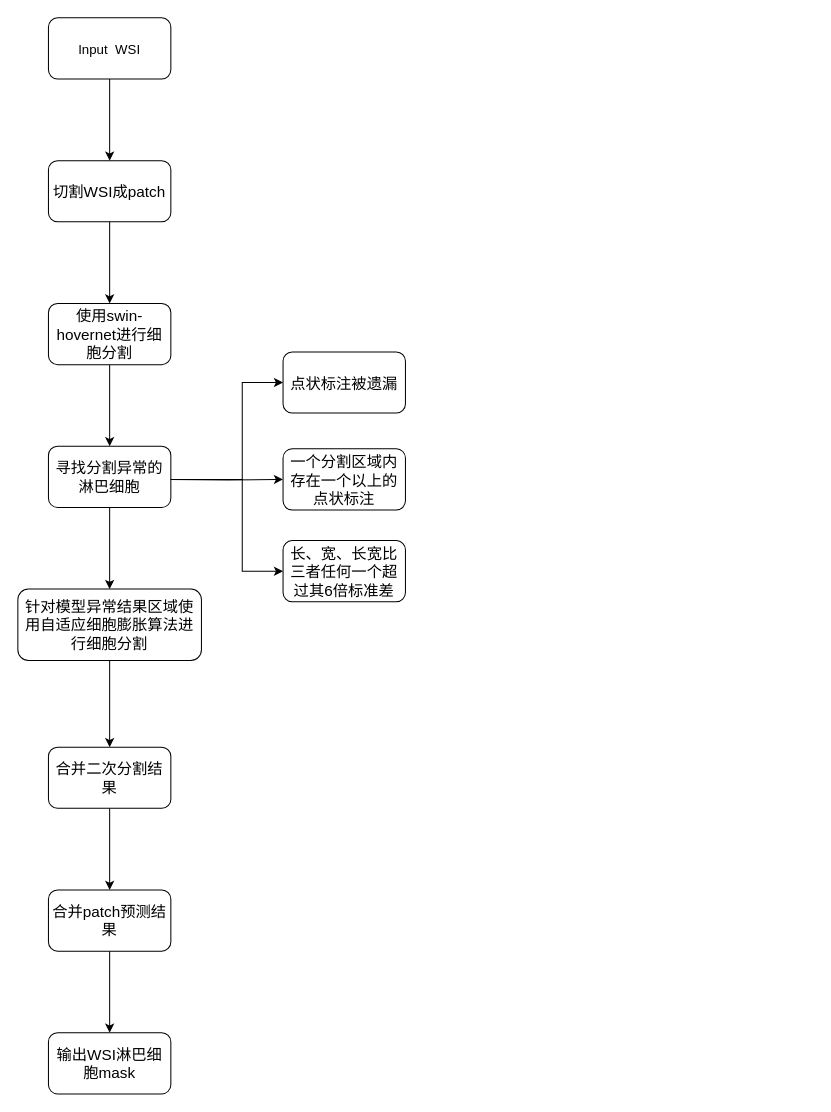
Mike575/drawio keeps this draw.io diagram as til_annotation_flow.drawio. Above is the earlier version. Source tidied: cells renumbered, new cells numbered last; positions are measured from the earlier drawing's top-left corner, leaving out a move shared by most shapes. Both pictures are drawn from the tidied source at 102%, with x=0, y=0 at pixel (17, 17).
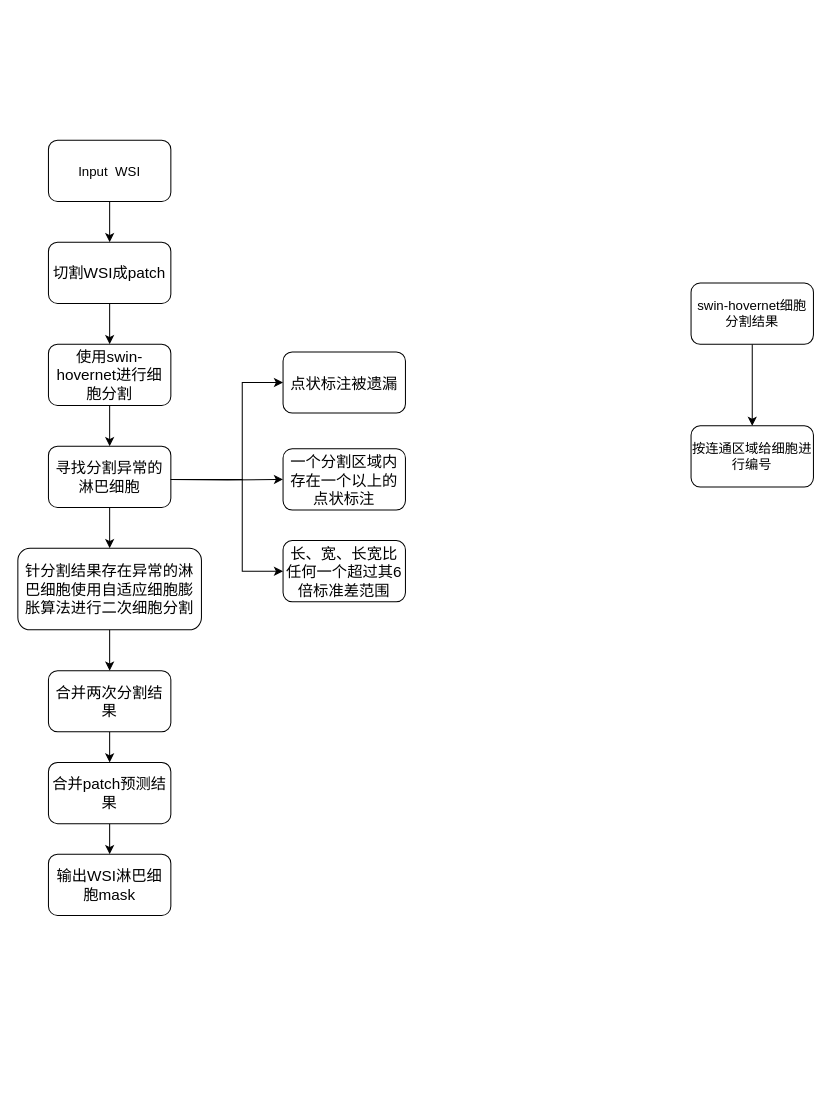
Above is the later version.

Diff of the diagram source:
```diff
@@
     <mxCell id="3" value="&lt;font style=&quot;font-size: 13px;&quot;&gt;Input&amp;nbsp; WSI&lt;/font&gt;" style="rounded=1;whiteSpace=wrap;html=1;fontSize=15;" parent="1" vertex="1">
-      <mxGeometry x="30" width="120" height="60" as="geometry" />
+      <mxGeometry x="30" y="120" width="120" height="60" as="geometry" />
     </mxCell>
@@
     <mxCell id="5" value="切割WSI成patch" style="whiteSpace=wrap;html=1;fontSize=15;rounded=1;" parent="1" vertex="1">
-      <mxGeometry x="30" y="140" width="120" height="60" as="geometry" />
+      <mxGeometry x="30" y="220" width="120" height="60" as="geometry" />
     </mxCell>
@@
     <mxCell id="7" value="使用swin-hovernet进行细胞分割" style="whiteSpace=wrap;html=1;fontSize=15;rounded=1;" parent="1" vertex="1">
-      <mxGeometry x="30" y="280" width="120" height="60" as="geometry" />
+      <mxGeometry x="30" y="320" width="120" height="60" as="geometry" />
     </mxCell>
@@
-    <mxCell id="14" value="针对模型异常结果区域使用自适应细胞膨胀算法进行细胞分割" style="whiteSpace=wrap;html=1;fontSize=15;rounded=1;" parent="1" vertex="1">
-      <mxGeometry y="560" width="180" height="70" as="geometry" />
+    <mxCell id="14" value="针分割结果存在异常的淋巴细胞使用自适应细胞膨胀算法进行二次细胞分割" style="whiteSpace=wrap;html=1;fontSize=15;rounded=1;" parent="1" vertex="1">
+      <mxGeometry y="520" width="180" height="80" as="geometry" />
     </mxCell>
@@
-    <mxCell id="16" value="合并二次分割结果" style="whiteSpace=wrap;html=1;fontSize=15;rounded=1;" parent="1" vertex="1">
-      <mxGeometry x="30" y="715" width="120" height="60" as="geometry" />
+    <mxCell id="16" value="合并两次分割结果" style="whiteSpace=wrap;html=1;fontSize=15;rounded=1;" parent="1" vertex="1">
+      <mxGeometry x="30" y="640" width="120" height="60" as="geometry" />
     </mxCell>
@@
     <mxCell id="18" value="合并patch预测结果" style="whiteSpace=wrap;html=1;fontSize=15;rounded=1;" parent="1" vertex="1">
-      <mxGeometry x="30" y="855" width="120" height="60" as="geometry" />
+      <mxGeometry x="30" y="730" width="120" height="60" as="geometry" />
     </mxCell>
     <mxCell id="19" value="输出WSI淋巴细胞mask" style="whiteSpace=wrap;html=1;fontSize=15;rounded=1;" parent="1" vertex="1">
-      <mxGeometry x="30" y="995" width="120" height="60" as="geometry" />
+      <mxGeometry x="30" y="820" width="120" height="60" as="geometry" />
     </mxCell>
@@
-    <mxCell id="21" value="长、宽、长宽比三者任何一个超过其6倍标准差" style="whiteSpace=wrap;html=1;fontSize=15;rounded=1;" parent="1" vertex="1">
+    <mxCell id="21" value="长、宽、长宽比任何一个超过其6倍标准差范围" style="whiteSpace=wrap;html=1;fontSize=15;rounded=1;" parent="1" vertex="1">
       <mxGeometry x="260" y="512.5" width="120" height="60" as="geometry" />
     </mxCell>
@@
+    <mxCell id="23" style="edgeStyle=orthogonalEdgeStyle;rounded=0;jettySize=auto;html=1;fontSize=13;" parent="1" edge="1" source="24" target="25">
+      <mxGeometry relative="1" as="geometry" />
+    </mxCell>
+    <mxCell id="24" value="swin-hovernet细胞分割结果" style="rounded=1;whiteSpace=wrap;html=1;fontSize=13;" parent="1" vertex="1">
+      <mxGeometry x="660" y="260" width="120" height="60" as="geometry" />
+    </mxCell>
+    <mxCell id="25" value="按连通区域给细胞进行编号" style="whiteSpace=wrap;html=1;fontSize=13;rounded=1;" parent="1" vertex="1">
+      <mxGeometry x="660" y="400" width="120" height="60" as="geometry" />
+    </mxCell>
```
